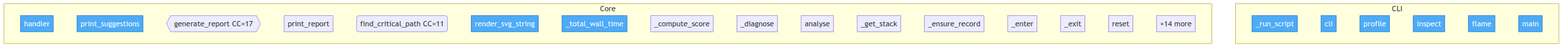
semcod/metrun keeps this Mermaid diagram as project/flow.png. Above is the earlier version. Its source is kept beside it as project/flow.mmd.
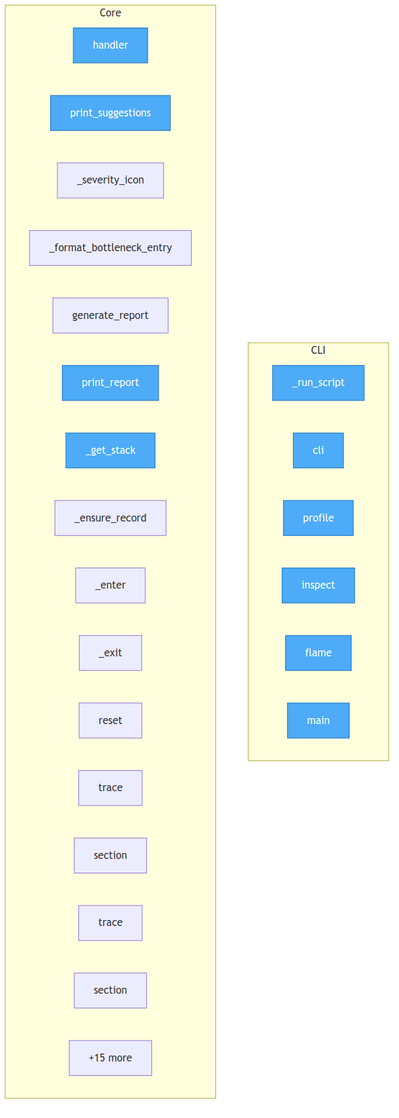
The same file after the commit.

Change to the diagram source:
```diff
@@ -14,20 +14,20 @@
     subgraph Core
         demo__handler["handler"]
         metrun__suggestions__print_suggestions["print_suggestions"]
-        metrun__report__generate_report{{generate_report CC=17}}
+        metrun__report___severity_icon["_severity_icon"]
+        metrun__report___format_bottleneck_entry["_format_bottleneck_entry"]
+        metrun__report__generate_report["generate_report"]
         metrun__report__print_report["print_report"]
-        metrun__critical_path__find_critical_path("find_critical_path CC=11")
-        metrun__flamegraph__render_svg_string["render_svg_string"]
-        metrun__bottleneck__BottleneckEngine___total_wall_time["_total_wall_time"]
-        metrun__bottleneck__BottleneckEngine___compute_score["_compute_score"]
-        metrun__bottleneck__BottleneckEngine___diagnose["_diagnose"]
-        metrun__bottleneck__analyse["analyse"]
         metrun__profiler__ExecutionTracer___get_stack["_get_stack"]
         metrun__profiler__ExecutionTracer___ensure_record["_ensure_record"]
         metrun__profiler__ExecutionTracer___enter["_enter"]
         metrun__profiler__ExecutionTracer___exit["_exit"]
         metrun__profiler__ExecutionTracer__reset["reset"]
-        ...["+14 more"]
+        metrun__profiler__ExecutionTracer__trace["trace"]
+        metrun__profiler__ExecutionTracer__section["section"]
+        metrun__profiler__trace["trace"]
+        metrun__profiler__section["section"]
+        ...["+15 more"]
     end
 
-    class metrun__cli___run_script,metrun__cli__cli,metrun__cli__profile,metrun__cli__inspect,metrun__cli__flame,metrun__cli__main,demo__handler,metrun__suggestions__print_suggestions,metrun__flamegraph__render_svg_string,metrun__bottleneck__BottleneckEngine___total_wall_time entry
+    class demo__handler,metrun__cli___run_script,metrun__cli__cli,metrun__cli__profile,metrun__cli__inspect,metrun__cli__flame,metrun__cli__main,metrun__suggestions__print_suggestions,metrun__report__print_report,metrun__profiler__ExecutionTracer___get_stack entry
```
